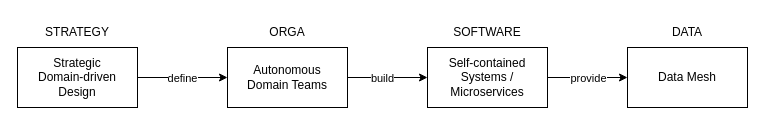
Above: page "Status Quo" (1 of 2) of 4steps.drawio in datamesh-architecture/datamesh-architecture.com (draw.io), before the change. Source tidied: cells renumbered, new cells numbered last; positions are measured from the earlier drawing's top-left corner, leaving out a move shared by most shapes. Both pictures are drawn from the tidied source at 100%, with x=0, y=0 at pixel (17, 17).
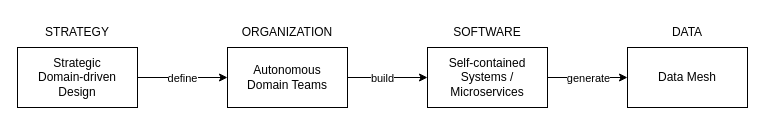
The same page after the edit.

The edit, as a diff of the source:
```diff
@@
 <mxGraphModel>
   <root>
     <mxCell id="0" />
     <mxCell id="1" parent="0" />
     <mxCell id="2" style="edgeStyle=orthogonalEdgeStyle;rounded=0;jettySize=auto;html=1;" parent="1" edge="1" source="4" target="7">
       <mxGeometry relative="1" as="geometry" />
     </mxCell>
     <mxCell id="3" value="define" style="edgeLabel;html=1;align=center;verticalAlign=middle;" parent="2" vertex="1">
       <mxGeometry x="0.27" y="-4" relative="1" as="geometry">
         <mxPoint x="-13" y="-4" as="offset" />
       </mxGeometry>
     </mxCell>
     <mxCell id="4" value="Strategic&lt;br&gt;Domain-driven Design" style="rounded=0;whiteSpace=wrap;html=1;" parent="1" vertex="1">
       <mxGeometry y="30" width="120" height="60" as="geometry" />
     </mxCell>
     <mxCell id="5" style="edgeStyle=orthogonalEdgeStyle;rounded=0;jettySize=auto;html=1;" parent="1" edge="1" source="7" target="10">
       <mxGeometry relative="1" as="geometry" />
     </mxCell>
     <mxCell id="6" value="build" style="edgeLabel;html=1;align=center;verticalAlign=middle;" parent="5" vertex="1">
       <mxGeometry x="-0.28" relative="1" as="geometry">
         <mxPoint x="5" as="offset" />
       </mxGeometry>
     </mxCell>
     <mxCell id="7" value="Autonomous &lt;br&gt;Domain Teams" style="rounded=0;whiteSpace=wrap;html=1;" parent="1" vertex="1">
       <mxGeometry x="210" y="30" width="120" height="60" as="geometry" />
     </mxCell>
     <mxCell id="8" style="edgeStyle=orthogonalEdgeStyle;rounded=0;jettySize=auto;html=1;" parent="1" edge="1" source="10" target="11">
       <mxGeometry relative="1" as="geometry" />
     </mxCell>
-    <mxCell id="9" value="provide" style="edgeLabel;html=1;align=center;verticalAlign=middle;" parent="8" vertex="1">
+    <mxCell id="9" value="generate" style="edgeLabel;html=1;align=center;verticalAlign=middle;" parent="8" vertex="1">
       <mxGeometry x="-0.1" y="-2" relative="1" as="geometry">
         <mxPoint x="4" y="-2" as="offset" />
       </mxGeometry>
     </mxCell>
     <mxCell id="10" value="Self-contained Systems /&lt;br&gt;Microservices" style="rounded=0;whiteSpace=wrap;html=1;" parent="1" vertex="1">
       <mxGeometry x="410" y="30" width="120" height="60" as="geometry" />
     </mxCell>
     <mxCell id="11" value="Data Mesh" style="rounded=0;whiteSpace=wrap;html=1;" parent="1" vertex="1">
       <mxGeometry x="610" y="30" width="120" height="60" as="geometry" />
     </mxCell>
     <mxCell id="12" value="STRATEGY" style="text;html=1;strokeColor=none;fillColor=none;align=center;verticalAlign=middle;whiteSpace=wrap;rounded=0;" parent="1" vertex="1">
       <mxGeometry x="30" width="60" height="30" as="geometry" />
     </mxCell>
-    <mxCell id="13" value="ORGA" style="text;html=1;strokeColor=none;fillColor=none;align=center;verticalAlign=middle;whiteSpace=wrap;rounded=0;" parent="1" vertex="1">
+    <mxCell id="13" value="ORGANIZATION" style="text;html=1;strokeColor=none;fillColor=none;align=center;verticalAlign=middle;whiteSpace=wrap;rounded=0;" parent="1" vertex="1">
       <mxGeometry x="240" width="60" height="30" as="geometry" />
     </mxCell>
     <mxCell id="14" value="SOFTWARE" style="text;html=1;strokeColor=none;fillColor=none;align=center;verticalAlign=middle;whiteSpace=wrap;rounded=0;" parent="1" vertex="1">
       <mxGeometry x="440" width="60" height="30" as="geometry" />
     </mxCell>
     <mxCell id="15" value="DATA" style="text;html=1;strokeColor=none;fillColor=none;align=center;verticalAlign=middle;whiteSpace=wrap;rounded=0;" parent="1" vertex="1">
       <mxGeometry x="640" width="60" height="30" as="geometry" />
     </mxCell>
   </root>
 </mxGraphModel>
```
